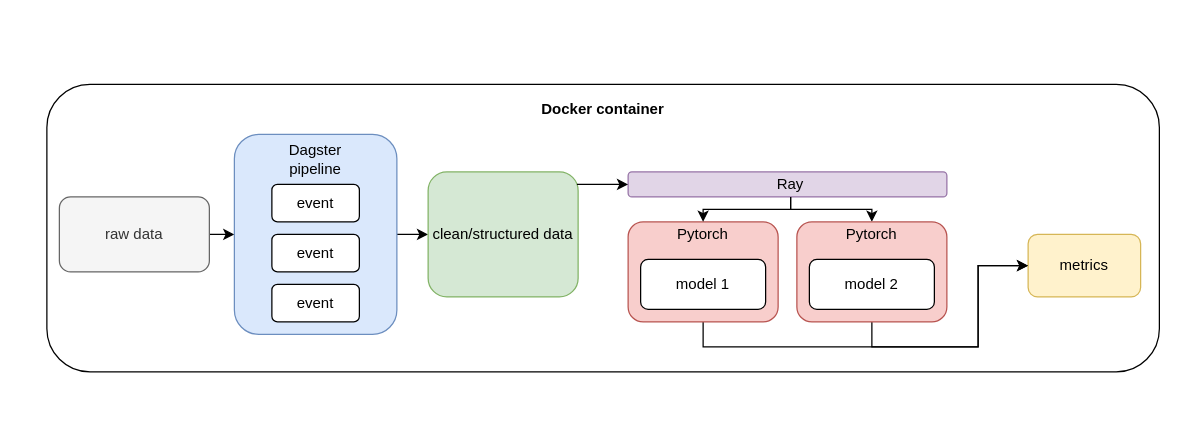
Before: dagraytorcker.drawio in stephabauva/ML_with_DAGs, a draw.io diagram. Source tidied: cells renumbered, new cells numbered last; positions are measured from the earlier drawing's top-left corner, leaving out a move shared by most shapes. Both pictures are drawn from the tidied source at 125%, with x=0, y=0 at pixel (46, 84).
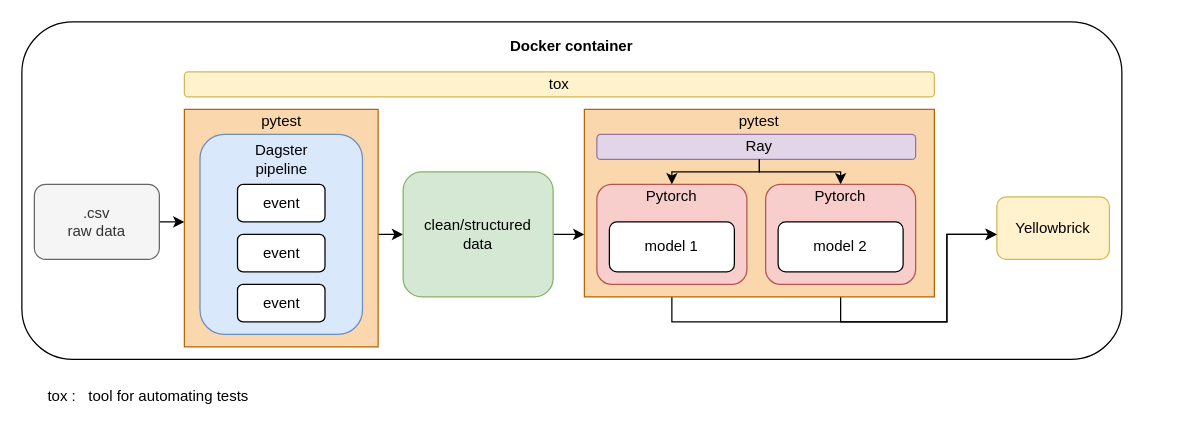
After the change.

Change to the diagram source:
```diff
@@
     <mxCell id="2" style="rounded=1;whiteSpace=wrap;html=1;" parent="1" vertex="1">
-      <mxGeometry width="890" height="230" as="geometry" />
+      <mxGeometry x="-20" y="-50" width="880" height="270" as="geometry" />
     </mxCell>
-    <mxCell id="3" style="edgeStyle=orthogonalEdgeStyle;rounded=0;jettySize=auto;html=1;exitX=1;exitY=0.5;exitDx=0;exitDy=0;entryX=0;entryY=0.5;entryDx=0;entryDy=0;" parent="1" edge="1" source="4" target="6">
-      <mxGeometry relative="1" as="geometry" />
-    </mxCell>
+    <mxCell id="27" style="edgeStyle=orthogonalEdgeStyle;rounded=0;jettySize=auto;html=1;exitX=1;exitY=0.5;exitDx=0;exitDy=0;" parent="1" edge="1" source="4">
+      <mxGeometry relative="1" as="geometry">
+        <mxPoint x="110" y="110" as="targetPoint" />
+      </mxGeometry>
+    </mxCell>
-    <mxCell id="4" value="raw data" style="rounded=1;whiteSpace=wrap;html=1;fillColor=#f5f5f5;strokeColor=#666666;fontColor=#333333;" parent="1" vertex="1">
-      <mxGeometry x="10" y="90" width="120" height="60" as="geometry" />
+    <mxCell id="4" value=".csv&lt;br&gt;raw data" style="rounded=1;whiteSpace=wrap;html=1;fillColor=#f5f5f5;strokeColor=#666666;fontColor=#333333;" parent="1" vertex="1">
+      <mxGeometry x="-10" y="80" width="100" height="60" as="geometry" />
     </mxCell>
@@
+    <mxCell id="28" style="edgeStyle=orthogonalEdgeStyle;rounded=0;jettySize=auto;html=1;exitX=1;exitY=0.5;exitDx=0;exitDy=0;entryX=0;entryY=0.667;entryDx=0;entryDy=0;entryPerimeter=0;" parent="1" edge="1" source="11" target="31">
+      <mxGeometry relative="1" as="geometry" />
+    </mxCell>
+    <mxCell id="11" value="clean/structured &lt;br&gt;data" style="rounded=1;whiteSpace=wrap;html=1;fillColor=#d5e8d4;strokeColor=#82b366;" parent="1" vertex="1">
+      <mxGeometry x="285" y="70" width="120" height="100" as="geometry" />
+    </mxCell>
+    <mxCell id="12" value="Yellowbrick" style="rounded=1;whiteSpace=wrap;html=1;fillColor=#fff2cc;strokeColor=#d6b656;" parent="1" vertex="1">
+      <mxGeometry x="760" y="90" width="90" height="50" as="geometry" />
+    </mxCell>
+    <mxCell id="13" value="&lt;b&gt;Docker container&lt;/b&gt;" style="text;html=1;strokeColor=none;fillColor=none;align=center;verticalAlign=middle;whiteSpace=wrap;rounded=0;" parent="1" vertex="1">
+      <mxGeometry x="367" y="-40" width="106" height="20" as="geometry" />
+    </mxCell>
+    <mxCell id="15" style="edgeStyle=orthogonalEdgeStyle;rounded=0;jettySize=auto;html=1;exitX=0.5;exitY=1;exitDx=0;exitDy=0;" parent="1" edge="1" source="16">
+      <mxGeometry relative="1" as="geometry">
+        <mxPoint x="760" y="120" as="targetPoint" />
+        <Array as="points">
+          <mxPoint x="500" y="190" />
+          <mxPoint x="720" y="190" />
+          <mxPoint x="720" y="120" />
+        </Array>
+      </mxGeometry>
+    </mxCell>
+    <mxCell id="22" style="edgeStyle=orthogonalEdgeStyle;rounded=0;jettySize=auto;html=1;exitX=0.5;exitY=1;exitDx=0;exitDy=0;" parent="1" edge="1" source="23">
+      <mxGeometry relative="1" as="geometry">
+        <mxPoint x="760" y="120" as="targetPoint" />
+        <Array as="points">
+          <mxPoint x="635" y="190" />
+          <mxPoint x="720" y="190" />
+          <mxPoint x="720" y="120" />
+        </Array>
+      </mxGeometry>
+    </mxCell>
+    <mxCell id="29" style="rounded=1;whiteSpace=wrap;html=1;arcSize=0;fillColor=#fad7ac;strokeColor=#b46504;" parent="1" vertex="1">
+      <mxGeometry x="110" y="20" width="155" height="190" as="geometry" />
+    </mxCell>
     <mxCell id="6" style="rounded=1;whiteSpace=wrap;html=1;fillColor=#dae8fc;strokeColor=#6c8ebf;" parent="1" vertex="1">
-      <mxGeometry x="150" y="40" width="130" height="160" as="geometry" />
+      <mxGeometry x="122.5" y="40" width="130" height="160" as="geometry" />
     </mxCell>
     <mxCell id="7" value="event" style="rounded=1;whiteSpace=wrap;html=1;" parent="1" vertex="1">
-      <mxGeometry x="180" y="80" width="70" height="30" as="geometry" />
+      <mxGeometry x="152.5" y="80" width="70" height="30" as="geometry" />
     </mxCell>
     <mxCell id="8" value="event" style="rounded=1;whiteSpace=wrap;html=1;" parent="1" vertex="1">
-      <mxGeometry x="180" y="120" width="70" height="30" as="geometry" />
+      <mxGeometry x="152.5" y="120" width="70" height="30" as="geometry" />
     </mxCell>
     <mxCell id="9" value="event" style="rounded=1;whiteSpace=wrap;html=1;" parent="1" vertex="1">
-      <mxGeometry x="180" y="160" width="70" height="30" as="geometry" />
+      <mxGeometry x="152.5" y="160" width="70" height="30" as="geometry" />
     </mxCell>
     <mxCell id="10" value="Dagster&lt;br&gt;pipeline" style="text;html=1;strokeColor=none;fillColor=none;align=center;verticalAlign=middle;whiteSpace=wrap;rounded=0;" parent="1" vertex="1">
-      <mxGeometry x="195" y="50" width="40" height="20" as="geometry" />
+      <mxGeometry x="167.5" y="50" width="40" height="20" as="geometry" />
     </mxCell>
-    <mxCell id="11" value="clean/structured data" style="rounded=1;whiteSpace=wrap;html=1;fillColor=#d5e8d4;strokeColor=#82b366;" parent="1" vertex="1">
-      <mxGeometry x="305" y="70" width="120" height="100" as="geometry" />
-    </mxCell>
-    <mxCell id="12" value="metrics" style="rounded=1;whiteSpace=wrap;html=1;fillColor=#fff2cc;strokeColor=#d6b656;" parent="1" vertex="1">
-      <mxGeometry x="785" y="120" width="90" height="50" as="geometry" />
-    </mxCell>
-    <mxCell id="13" value="&lt;b&gt;Docker container&lt;/b&gt;" style="text;html=1;strokeColor=none;fillColor=none;align=center;verticalAlign=middle;whiteSpace=wrap;rounded=0;" parent="1" vertex="1">
-      <mxGeometry x="392" y="10" width="106" height="20" as="geometry" />
-    </mxCell>
+    <mxCell id="30" value="pytest" style="text;html=1;strokeColor=none;fillColor=none;align=center;verticalAlign=middle;whiteSpace=wrap;rounded=0;" parent="1" vertex="1">
+      <mxGeometry x="167.5" y="20" width="40" height="20" as="geometry" />
+    </mxCell>
+    <mxCell id="31" style="rounded=1;whiteSpace=wrap;html=1;arcSize=0;fillColor=#fad7ac;strokeColor=#b46504;" parent="1" vertex="1">
+      <mxGeometry x="430" y="20" width="280" height="150" as="geometry" />
+    </mxCell>
     <mxCell id="14" style="rounded=1;whiteSpace=wrap;html=1;fillColor=#e1d5e7;strokeColor=#9673a6;" parent="1" vertex="1">
-      <mxGeometry x="465" y="70" width="255" height="20" as="geometry" />
+      <mxGeometry x="440" y="40" width="255" height="20" as="geometry" />
     </mxCell>
-    <mxCell id="15" style="edgeStyle=orthogonalEdgeStyle;rounded=0;jettySize=auto;html=1;exitX=0.5;exitY=1;exitDx=0;exitDy=0;entryX=0;entryY=0.5;entryDx=0;entryDy=0;" parent="1" edge="1" source="16" target="12">
-      <mxGeometry relative="1" as="geometry">
-        <Array as="points">
-          <mxPoint x="525" y="210" />
-          <mxPoint x="745" y="210" />
-          <mxPoint x="745" y="145" />
-        </Array>
-      </mxGeometry>
-    </mxCell>
     <mxCell id="16" style="rounded=1;whiteSpace=wrap;html=1;fillColor=#f8cecc;strokeColor=#b85450;" parent="1" vertex="1">
-      <mxGeometry x="465" y="110" width="120" height="80" as="geometry" />
+      <mxGeometry x="440" y="80" width="120" height="80" as="geometry" />
     </mxCell>
     <mxCell id="17" value="model 1" style="rounded=1;whiteSpace=wrap;html=1;" parent="1" vertex="1">
-      <mxGeometry x="475" y="140" width="100" height="40" as="geometry" />
+      <mxGeometry x="450" y="110" width="100" height="40" as="geometry" />
     </mxCell>
     <mxCell id="18" value="Pytorch" style="text;html=1;strokeColor=none;fillColor=none;align=center;verticalAlign=middle;whiteSpace=wrap;rounded=0;" parent="1" vertex="1">
-      <mxGeometry x="505" y="110" width="40" height="20" as="geometry" />
+      <mxGeometry x="480" y="80" width="40" height="20" as="geometry" />
     </mxCell>
     <mxCell id="19" style="edgeStyle=orthogonalEdgeStyle;rounded=0;jettySize=auto;html=1;exitX=0.5;exitY=1;exitDx=0;exitDy=0;entryX=0.5;entryY=0;entryDx=0;entryDy=0;" parent="1" edge="1" source="21" target="18">
       <mxGeometry relative="1" as="geometry">
         <Array as="points">
-          <mxPoint x="595" y="100" />
-          <mxPoint x="525" y="100" />
+          <mxPoint x="570" y="70" />
+          <mxPoint x="500" y="70" />
         </Array>
       </mxGeometry>
     </mxCell>
     <mxCell id="20" style="edgeStyle=orthogonalEdgeStyle;rounded=0;jettySize=auto;html=1;exitX=0.5;exitY=1;exitDx=0;exitDy=0;entryX=0.5;entryY=0;entryDx=0;entryDy=0;" parent="1" edge="1" source="21" target="25">
       <mxGeometry relative="1" as="geometry">
         <Array as="points">
-          <mxPoint x="595" y="100" />
-          <mxPoint x="660" y="100" />
+          <mxPoint x="570" y="70" />
+          <mxPoint x="635" y="70" />
         </Array>
       </mxGeometry>
     </mxCell>
     <mxCell id="21" value="Ray" style="text;html=1;strokeColor=none;fillColor=none;align=center;verticalAlign=middle;whiteSpace=wrap;rounded=0;" parent="1" vertex="1">
-      <mxGeometry x="575" y="70" width="40" height="20" as="geometry" />
+      <mxGeometry x="550" y="40" width="40" height="20" as="geometry" />
     </mxCell>
-    <mxCell id="22" style="edgeStyle=orthogonalEdgeStyle;rounded=0;jettySize=auto;html=1;exitX=0.5;exitY=1;exitDx=0;exitDy=0;entryX=0;entryY=0.5;entryDx=0;entryDy=0;" parent="1" edge="1" source="23" target="12">
-      <mxGeometry relative="1" as="geometry">
-        <Array as="points">
-          <mxPoint x="660" y="210" />
-          <mxPoint x="745" y="210" />
-          <mxPoint x="745" y="145" />
-        </Array>
-      </mxGeometry>
-    </mxCell>
     <mxCell id="23" style="rounded=1;whiteSpace=wrap;html=1;fillColor=#f8cecc;strokeColor=#b85450;" parent="1" vertex="1">
-      <mxGeometry x="600" y="110" width="120" height="80" as="geometry" />
+      <mxGeometry x="575" y="80" width="120" height="80" as="geometry" />
     </mxCell>
     <mxCell id="24" value="model 2" style="rounded=1;whiteSpace=wrap;html=1;" parent="1" vertex="1">
-      <mxGeometry x="610" y="140" width="100" height="40" as="geometry" />
+      <mxGeometry x="585" y="110" width="100" height="40" as="geometry" />
     </mxCell>
     <mxCell id="25" value="Pytorch" style="text;html=1;strokeColor=none;fillColor=none;align=center;verticalAlign=middle;whiteSpace=wrap;rounded=0;" parent="1" vertex="1">
-      <mxGeometry x="640" y="110" width="40" height="20" as="geometry" />
+      <mxGeometry x="615" y="80" width="40" height="20" as="geometry" />
     </mxCell>
-    <mxCell id="26" style="endArrow=classic;html=1;exitX=0.992;exitY=0.1;exitDx=0;exitDy=0;exitPerimeter=0;entryX=0;entryY=0.5;entryDx=0;entryDy=0;" parent="1" edge="1" source="11" target="14">
-      <mxGeometry relative="1" as="geometry" />
-    </mxCell>
+    <mxCell id="32" value="pytest" style="text;html=1;strokeColor=none;fillColor=none;align=center;verticalAlign=middle;whiteSpace=wrap;rounded=0;" parent="1" vertex="1">
+      <mxGeometry x="550" y="20" width="40" height="20" as="geometry" />
+    </mxCell>
+    <mxCell id="33" value="tox :&amp;nbsp; &amp;nbsp;tool for automating tests&amp;nbsp;" style="text;html=1;strokeColor=none;fillColor=none;align=center;verticalAlign=middle;whiteSpace=wrap;rounded=0;" parent="1" vertex="1">
+      <mxGeometry x="-2.5" y="240" width="170" height="20" as="geometry" />
+    </mxCell>
+    <mxCell id="34" value="tox" style="rounded=1;whiteSpace=wrap;html=1;fillColor=#fff2cc;strokeColor=#d6b656;" parent="1" vertex="1">
+      <mxGeometry x="110" y="-10" width="600" height="20" as="geometry" />
+    </mxCell>
```
